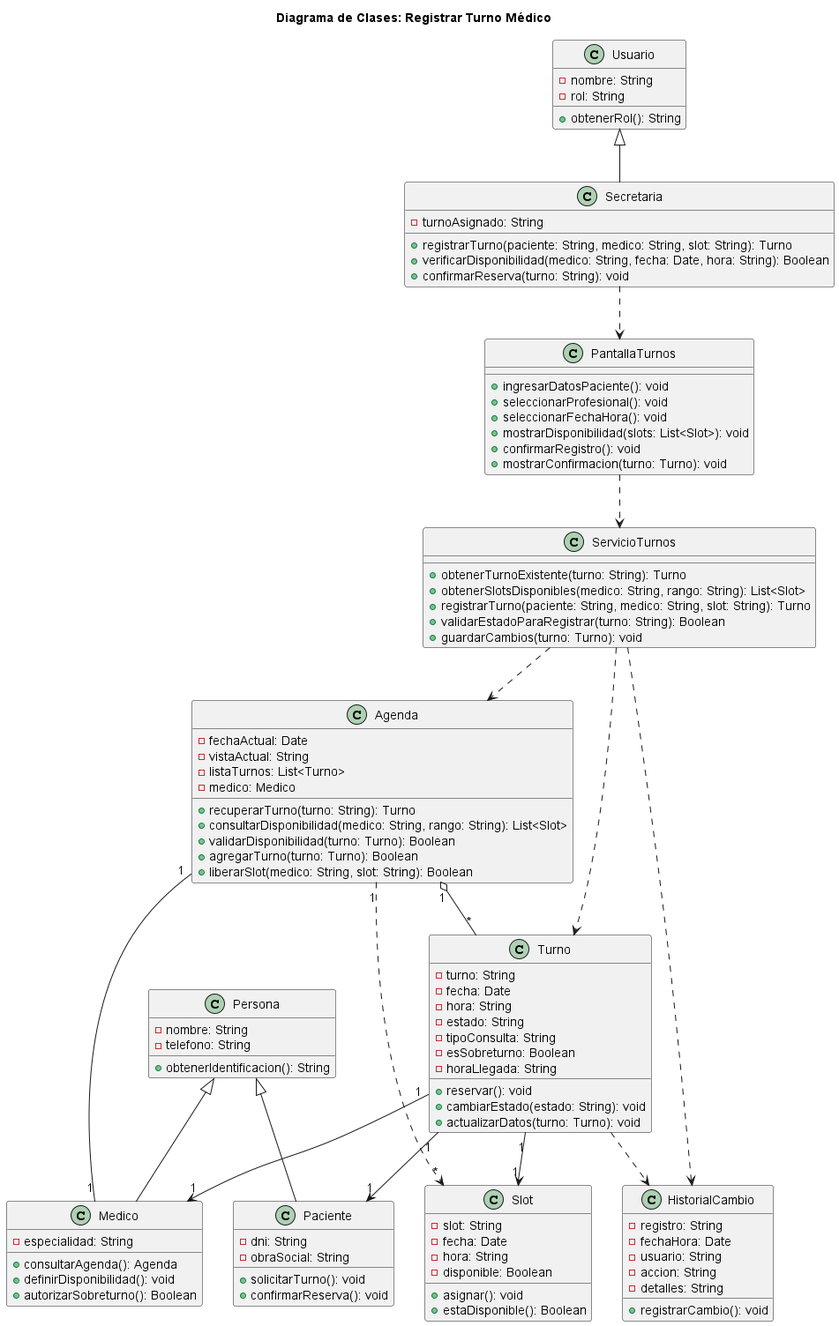
Earlier version of the PlantUML export diagramas/01-diagrama-clases/01-clases-registrar-turno-medico-01.png (Purezaamor/SistemaTurnosMedicos).
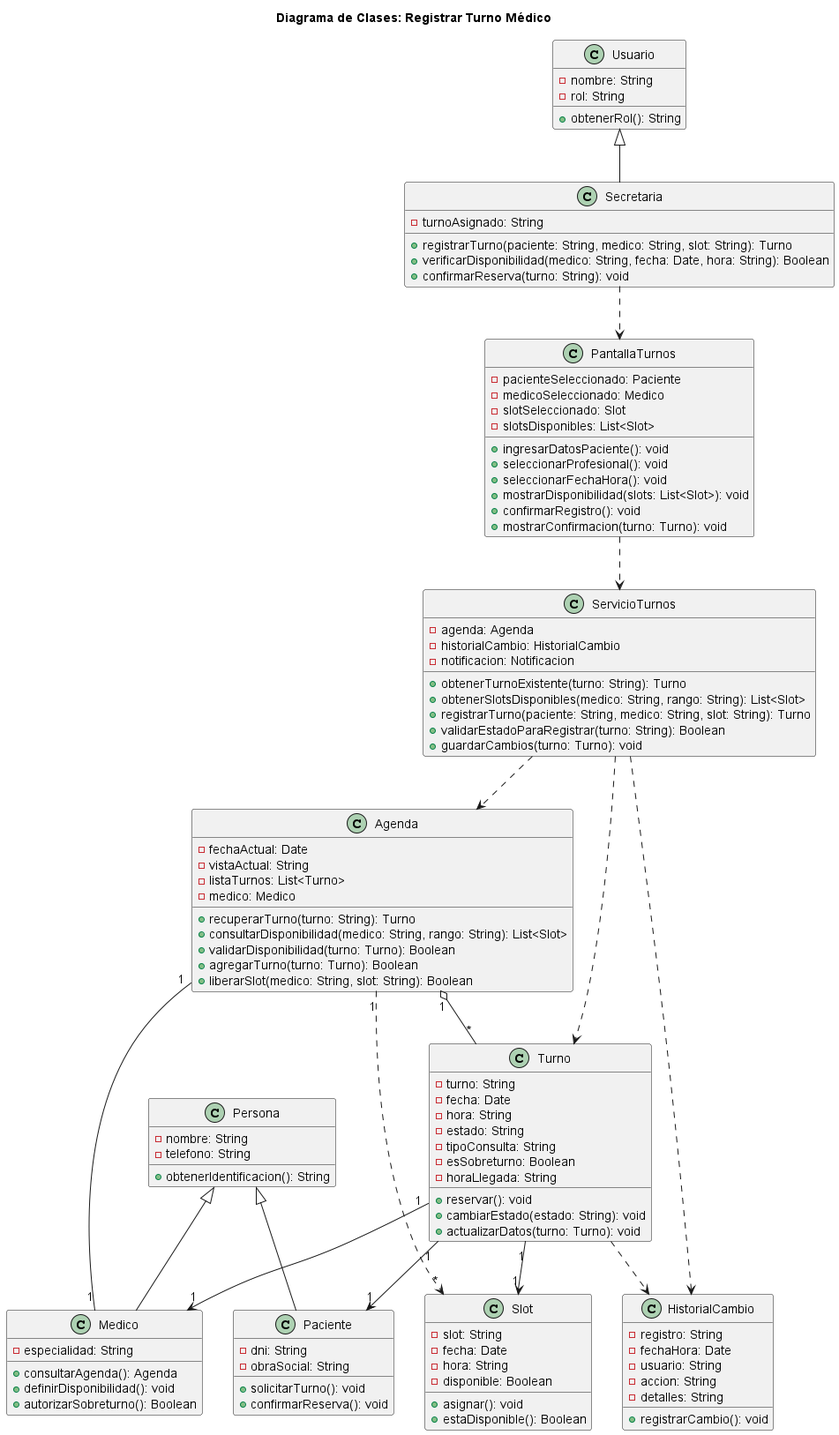
Later version of the same file.

Change to the diagram source:
```diff
@@ -78,6 +78,9 @@
 }
 
 class ServicioTurnos {
+  - agenda: Agenda
+  - historialCambio: HistorialCambio
+  - notificacion: Notificacion
   + obtenerTurnoExistente(turno: String): Turno
   + obtenerSlotsDisponibles(medico: String, rango: String): List<Slot>
   + registrarTurno(paciente: String, medico: String, slot: String): Turno
@@ -86,6 +89,10 @@
 }
 
 class PantallaTurnos {
+  - pacienteSeleccionado: Paciente
+  - medicoSeleccionado: Medico
+  - slotSeleccionado: Slot
+  - slotsDisponibles: List<Slot>
   + ingresarDatosPaciente(): void
   + seleccionarProfesional(): void
   + seleccionarFechaHora(): void
```
